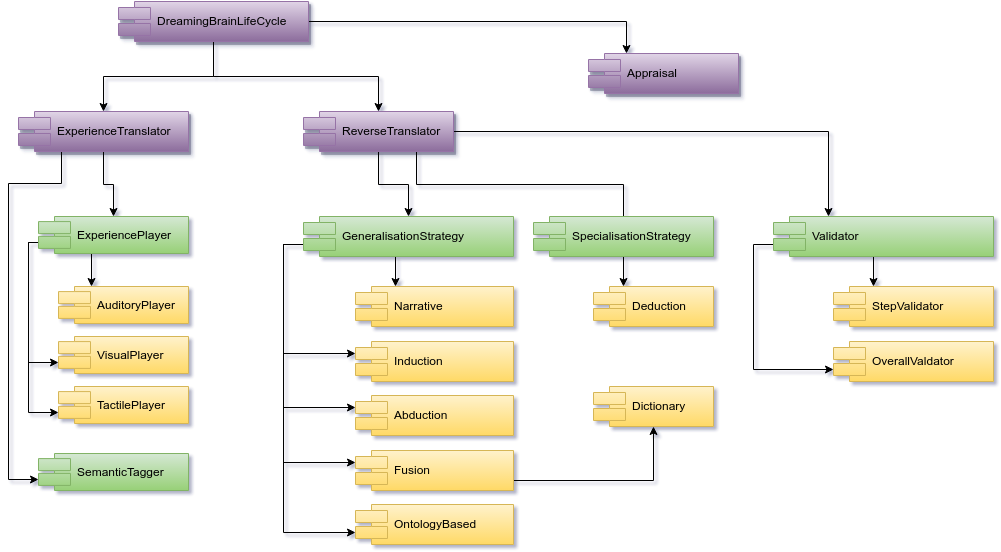
Above: doc/HLD_Component_SleepingBrainLifeCycle.png in research-team/robot-dream (draw.io), before the change. Source tidied: cells renumbered, new cells last; positions are measured from the earlier drawing's top-left corner, leaving out a move shared by most shapes.
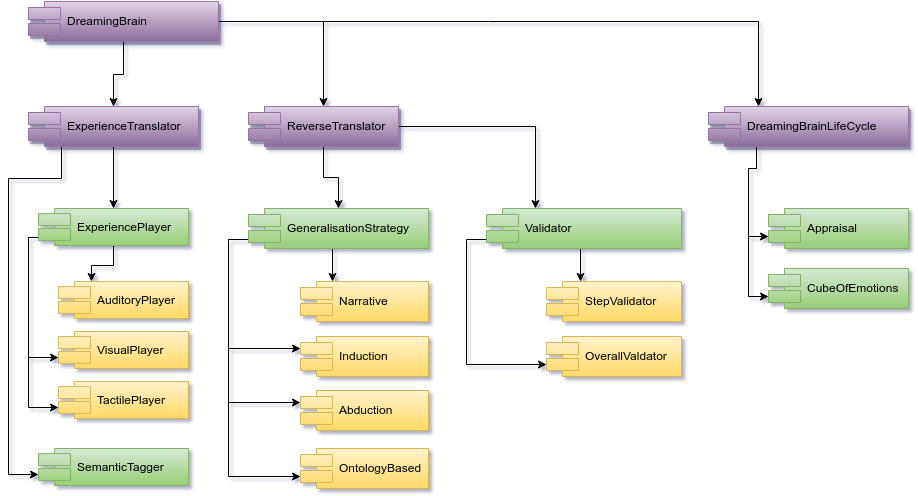
Above is the later version.

Commit message:
HLD: corrected component diagram

What changed in the source:
```diff
@@ -2,169 +2,176 @@
   <root>
     <mxCell id="0" />
     <mxCell id="1" parent="0" />
-    <mxCell id="2" style="edgeStyle=orthogonalEdgeStyle;rounded=0;html=1;exitX=0.5;exitY=1;jettySize=auto;" parent="1" edge="1" source="5" target="11">
-      <mxGeometry x="390" y="538" as="geometry" />
+    <mxCell id="2" style="edgeStyle=orthogonalEdgeStyle;rounded=0;html=1;exitX=0.5;exitY=1;jettySize=auto;" parent="1" edge="1" source="4" target="9">
+      <mxGeometry x="335" y="538" as="geometry" />
     </mxCell>
-    <mxCell id="3" style="edgeStyle=orthogonalEdgeStyle;rounded=0;html=1;exitX=0.75;exitY=1;entryX=0.5;entryY=0.425;entryPerimeter=0;jettySize=auto;" parent="1" edge="1" source="5" target="17">
-      <mxGeometry x="428" y="538" as="geometry" />
+    <mxCell id="3" style="edgeStyle=orthogonalEdgeStyle;rounded=0;html=1;entryX=0.25;entryY=0;jettySize=auto;" parent="1" edge="1" source="4" target="23">
+      <mxGeometry x="410" y="518" as="geometry" />
     </mxCell>
-    <mxCell id="4" style="edgeStyle=orthogonalEdgeStyle;rounded=0;html=1;entryX=0.25;entryY=0;jettySize=auto;" parent="1" edge="1" source="5" target="31">
-      <mxGeometry x="465" y="518" as="geometry" />
+    <mxCell id="4" value="ReverseTranslator" style="shape=component;align=left;spacingLeft=36;plain-purple;shadow=1;comic=0;" parent="1" vertex="1">
+      <mxGeometry x="240" y="110" width="150" height="40" as="geometry" />
     </mxCell>
-    <mxCell id="5" value="ReverseTranslator" style="shape=component;align=left;spacingLeft=36;plain-purple;shadow=1;comic=0;" parent="1" vertex="1">
-      <mxGeometry x="295" y="110" width="150" height="40" as="geometry" />
+    <mxCell id="5" style="edgeStyle=orthogonalEdgeStyle;rounded=0;html=1;exitX=0;exitY=0.7;entryX=0;entryY=0.3;jettySize=auto;" parent="1" edge="1" source="9" target="11">
+      <mxGeometry x="240" y="628" as="geometry">
+        <Array as="points">
+          <mxPoint x="220" y="243" />
+          <mxPoint x="220" y="352" />
+        </Array>
+      </mxGeometry>
     </mxCell>
-    <mxCell id="6" style="edgeStyle=orthogonalEdgeStyle;rounded=0;html=1;exitX=0;exitY=0.7;entryX=0;entryY=0.3;jettySize=auto;" parent="1" edge="1" source="11" target="14">
-      <mxGeometry x="295" y="631" as="geometry">
+    <mxCell id="6" style="edgeStyle=orthogonalEdgeStyle;rounded=0;html=1;exitX=0;exitY=0.7;entryX=0;entryY=0.3;jettySize=auto;" parent="1" edge="1" source="9" target="12">
+      <mxGeometry x="240" y="628" as="geometry">
         <Array as="points">
-          <mxPoint x="275" y="243" />
-          <mxPoint x="275" y="352" />
+          <mxPoint x="220" y="243" />
+          <mxPoint x="220" y="406" />
         </Array>
       </mxGeometry>
     </mxCell>
-    <mxCell id="7" style="edgeStyle=orthogonalEdgeStyle;rounded=0;html=1;exitX=0;exitY=0.7;entryX=0;entryY=0.3;jettySize=auto;" parent="1" edge="1" source="11" target="15">
-      <mxGeometry x="295" y="631" as="geometry">
+    <mxCell id="7" style="edgeStyle=orthogonalEdgeStyle;rounded=0;html=1;entryX=0;entryY=0.7;jettySize=auto;exitX=0;exitY=0.7;" parent="1" edge="1" source="9" target="20">
+      <mxGeometry x="240" y="628" as="geometry">
         <Array as="points">
-          <mxPoint x="275" y="243" />
-          <mxPoint x="275" y="406" />
+          <mxPoint x="220" y="243" />
+          <mxPoint x="220" y="480" />
         </Array>
       </mxGeometry>
     </mxCell>
-    <mxCell id="8" style="edgeStyle=orthogonalEdgeStyle;rounded=0;html=1;exitX=0;exitY=0.7;entryX=0;entryY=0.3;jettySize=auto;" parent="1" edge="1" source="11" target="23">
-      <mxGeometry x="295" y="631" as="geometry">
-        <Array as="points">
-          <mxPoint x="275" y="243" />
-          <mxPoint x="275" y="461" />
-        </Array>
-      </mxGeometry>
+    <mxCell id="8" style="edgeStyle=orthogonalEdgeStyle;rounded=0;html=1;exitX=0.5;exitY=1;entryX=0.25;entryY=0;jettySize=auto;" parent="1" edge="1" source="9" target="10">
+      <mxGeometry x="344" y="640" as="geometry" />
     </mxCell>
-    <mxCell id="9" style="edgeStyle=orthogonalEdgeStyle;rounded=0;html=1;entryX=0;entryY=0.7;jettySize=auto;exitX=0;exitY=0.7;" parent="1" edge="1" source="11" target="28">
-      <mxGeometry x="295" y="631" as="geometry">
-        <Array as="points">
-          <mxPoint x="275" y="243" />
-          <mxPoint x="275" y="531" />
-        </Array>
-      </mxGeometry>
+    <mxCell id="9" value="GeneralisationStrategy" style="shape=component;align=left;spacingLeft=36;plain-green;" parent="1" vertex="1">
+      <mxGeometry x="240" y="212" width="180" height="40" as="geometry" />
     </mxCell>
-    <mxCell id="10" style="edgeStyle=orthogonalEdgeStyle;rounded=0;html=1;exitX=0.5;exitY=1;entryX=0.25;entryY=0;jettySize=auto;" parent="1" edge="1" source="11" target="12">
-      <mxGeometry x="407" y="643" as="geometry" />
+    <mxCell id="10" value="Narrative" style="shape=component;align=left;spacingLeft=36;plain-yellow;" parent="1" vertex="1">
+      <mxGeometry x="292" y="285" width="128" height="40" as="geometry" />
     </mxCell>
-    <mxCell id="11" value="GeneralisationStrategy" style="shape=component;align=left;spacingLeft=36;plain-green;" parent="1" vertex="1">
-      <mxGeometry x="295" y="215" width="210" height="40" as="geometry" />
+    <mxCell id="11" value="Induction" style="shape=component;align=left;spacingLeft=36;plain-yellow;" parent="1" vertex="1">
+      <mxGeometry x="292" y="340" width="128" height="40" as="geometry" />
     </mxCell>
-    <mxCell id="12" value="Narrative" style="shape=component;align=left;spacingLeft=36;plain-yellow;" parent="1" vertex="1">
-      <mxGeometry x="347" y="285" width="158" height="40" as="geometry" />
+    <mxCell id="12" value="Abduction" style="shape=component;align=left;spacingLeft=36;plain-yellow;" parent="1" vertex="1">
+      <mxGeometry x="292" y="394" width="128" height="40" as="geometry" />
     </mxCell>
-    <mxCell id="13" value="Deduction" style="shape=component;align=left;spacingLeft=36;plain-yellow;" parent="1" vertex="1">
-      <mxGeometry x="585" y="285" width="120" height="40" as="geometry" />
+    <mxCell id="13" style="edgeStyle=orthogonalEdgeStyle;rounded=0;html=1;exitX=0.5;exitY=1;entryX=0.25;entryY=0;jettySize=auto;" parent="1" edge="1" source="16" target="17">
+      <mxGeometry x="103" y="637" as="geometry" />
     </mxCell>
-    <mxCell id="14" value="Induction" style="shape=component;align=left;spacingLeft=36;plain-yellow;" parent="1" vertex="1">
-      <mxGeometry x="347" y="340" width="158" height="40" as="geometry" />
+    <mxCell id="14" style="edgeStyle=orthogonalEdgeStyle;rounded=0;html=1;exitX=0;exitY=0.7;entryX=0;entryY=0.7;jettySize=auto;" parent="1" edge="1" source="16" target="18">
+      <mxGeometry x="40" y="626" as="geometry">
+        <Array as="points">
+          <mxPoint x="20" y="241" />
+          <mxPoint x="20" y="361" />
+        </Array>
+      </mxGeometry>
     </mxCell>
-    <mxCell id="15" value="Abduction" style="shape=component;align=left;spacingLeft=36;plain-yellow;" parent="1" vertex="1">
-      <mxGeometry x="347" y="394" width="158" height="40" as="geometry" />
+    <mxCell id="15" style="edgeStyle=orthogonalEdgeStyle;rounded=0;html=1;exitX=0;exitY=0.7;entryX=0;entryY=0.7;jettySize=auto;" parent="1" edge="1" source="16" target="19">
+      <mxGeometry x="40" y="626" as="geometry">
+        <Array as="points">
+          <mxPoint x="20" y="241" />
+          <mxPoint x="20" y="411" />
+        </Array>
+      </mxGeometry>
     </mxCell>
-    <mxCell id="16" style="edgeStyle=orthogonalEdgeStyle;rounded=0;html=1;exitX=0.5;exitY=1;entryX=0.25;entryY=0;jettySize=auto;" parent="1" edge="1" source="17" target="13">
-      <mxGeometry x="635" y="643" as="geometry" />
+    <mxCell id="16" value="ExperiencePlayer" style="shape=component;align=left;spacingLeft=36;plain-green;" parent="1" vertex="1">
+      <mxGeometry x="30" y="212" width="150" height="37" as="geometry" />
     </mxCell>
-    <mxCell id="17" value="SpecialisationStrategy" style="shape=component;align=left;spacingLeft=36;plain-green;" parent="1" vertex="1">
-      <mxGeometry x="525" y="215" width="180" height="40" as="geometry" />
+    <mxCell id="17" value="AuditoryPlayer" style="shape=component;align=left;spacingLeft=36;plain-yellow;" parent="1" vertex="1">
+      <mxGeometry x="50" y="285" width="130" height="37" as="geometry" />
     </mxCell>
-    <mxCell id="18" style="edgeStyle=orthogonalEdgeStyle;rounded=0;html=1;exitX=0.5;exitY=1;entryX=0.25;entryY=0;jettySize=auto;" parent="1" edge="1" source="21" target="25">
-      <mxGeometry x="103" y="640" as="geometry" />
+    <mxCell id="18" value="VisualPlayer" style="shape=component;align=left;spacingLeft=36;plain-yellow;" parent="1" vertex="1">
+      <mxGeometry x="50" y="335" width="130" height="37" as="geometry" />
     </mxCell>
-    <mxCell id="19" style="edgeStyle=orthogonalEdgeStyle;rounded=0;html=1;exitX=0;exitY=0.7;entryX=0;entryY=0.7;jettySize=auto;" parent="1" edge="1" source="21" target="26">
-      <mxGeometry x="40" y="629" as="geometry">
-        <Array as="points">
-          <mxPoint x="20" y="241" />
-          <mxPoint x="20" y="361" />
-        </Array>
-      </mxGeometry>
+    <mxCell id="19" value="TactilePlayer" style="shape=component;align=left;spacingLeft=36;plain-yellow;" parent="1" vertex="1">
+      <mxGeometry x="50" y="385" width="130" height="37" as="geometry" />
     </mxCell>
-    <mxCell id="20" style="edgeStyle=orthogonalEdgeStyle;rounded=0;html=1;exitX=0;exitY=0.7;entryX=0;entryY=0.7;jettySize=auto;" parent="1" edge="1" source="21" target="27">
-      <mxGeometry x="40" y="629" as="geometry">
-        <Array as="points">
-          <mxPoint x="20" y="241" />
-          <mxPoint x="20" y="411" />
-        </Array>
-      </mxGeometry>
+    <mxCell id="20" value="OntologyBased " style="shape=component;align=left;spacingLeft=36;plain-yellow;" parent="1" vertex="1">
+      <mxGeometry x="292" y="452" width="128" height="40" as="geometry" />
     </mxCell>
-    <mxCell id="21" value="ExperiencePlayer" style="shape=component;align=left;spacingLeft=36;plain-green;" parent="1" vertex="1">
-      <mxGeometry x="30" y="215" width="150" height="37" as="geometry" />
+    <mxCell id="21" style="edgeStyle=orthogonalEdgeStyle;rounded=0;html=1;exitX=0;exitY=0.7;entryX=0;entryY=0.7;jettySize=auto;" parent="1" edge="1" source="23" target="25">
+      <mxGeometry x="478" y="628" as="geometry">
+        <Array as="points">
+          <mxPoint x="478" y="243" />
+          <mxPoint x="458" y="243" />
+          <mxPoint x="458" y="368" />
+        </Array>
+      </mxGeometry>
     </mxCell>
-    <mxCell id="22" style="edgeStyle=orthogonalEdgeStyle;rounded=0;html=1;exitX=1;exitY=0.75;entryX=0.5;entryY=1;endArrow=classic;endFill=1;jettySize=auto;" parent="1" edge="1" source="23" target="24">
-      <mxGeometry x="525" y="813" as="geometry" />
+    <mxCell id="22" style="edgeStyle=orthogonalEdgeStyle;rounded=0;html=1;exitX=0.5;exitY=1;entryX=0.25;entryY=0;jettySize=auto;" parent="1" edge="1" source="23" target="24">
+      <mxGeometry x="592" y="640" as="geometry" />
     </mxCell>
-    <mxCell id="23" value="Fusion" style="shape=component;align=left;spacingLeft=36;plain-yellow;" parent="1" vertex="1">
-      <mxGeometry x="347" y="449" width="158" height="40" as="geometry" />
+    <mxCell id="23" value="Validator" style="shape=component;align=left;spacingLeft=36;plain-green;" parent="1" vertex="1">
+      <mxGeometry x="478" y="212" width="195" height="40" as="geometry" />
     </mxCell>
-    <mxCell id="24" value="Dictionary" style="shape=component;align=left;spacingLeft=36;plain-yellow;" parent="1" vertex="1">
-      <mxGeometry x="585" y="385" width="120" height="40" as="geometry" />
+    <mxCell id="24" value="StepValidator" style="shape=component;align=left;spacingLeft=36;plain-yellow;" parent="1" vertex="1">
+      <mxGeometry x="538" y="285" width="135" height="40" as="geometry" />
     </mxCell>
-    <mxCell id="25" value="AuditoryPlayer" style="shape=component;align=left;spacingLeft=36;plain-yellow;" parent="1" vertex="1">
-      <mxGeometry x="50" y="285" width="130" height="37" as="geometry" />
+    <mxCell id="25" value="OverallValdator" style="shape=component;align=left;spacingLeft=36;plain-yellow;" parent="1" vertex="1">
+      <mxGeometry x="538" y="340" width="135" height="40" as="geometry" />
     </mxCell>
-    <mxCell id="26" value="VisualPlayer" style="shape=component;align=left;spacingLeft=36;plain-yellow;" parent="1" vertex="1">
-      <mxGeometry x="50" y="335" width="130" height="37" as="geometry" />
+    <mxCell id="26" style="edgeStyle=orthogonalEdgeStyle;rounded=0;html=1;exitX=0.5;exitY=1;entryX=0.5;entryY=0;endArrow=classic;endFill=1;jettySize=auto;" parent="1" edge="1" source="28" target="16">
+      <mxGeometry x="125" y="538" as="geometry" />
     </mxCell>
-    <mxCell id="27" value="TactilePlayer" style="shape=component;align=left;spacingLeft=36;plain-yellow;" parent="1" vertex="1">
-      <mxGeometry x="50" y="385" width="130" height="37" as="geometry" />
+    <mxCell id="27" style="edgeStyle=orthogonalEdgeStyle;rounded=0;html=1;exitX=0.25;exitY=1;entryX=0;entryY=0.7;endArrow=classic;endFill=1;jettySize=auto;" parent="1" edge="1" source="28" target="33">
+      <mxGeometry x="20" y="538" as="geometry">
+        <Array as="points">
+          <mxPoint x="53" y="182" />
+          <mxPoint y="182" />
+          <mxPoint y="478" />
+        </Array>
+      </mxGeometry>
     </mxCell>
-    <mxCell id="28" value="OntologyBased " style="shape=component;align=left;spacingLeft=36;plain-yellow;" parent="1" vertex="1">
-      <mxGeometry x="347" y="503" width="158" height="40" as="geometry" />
+    <mxCell id="28" value="ExperienceTranslator" style="shape=component;align=left;spacingLeft=36;plain-purple;shadow=1;comic=0;" parent="1" vertex="1">
+      <mxGeometry x="20" y="110" width="170" height="40" as="geometry" />
     </mxCell>
-    <mxCell id="29" style="edgeStyle=orthogonalEdgeStyle;rounded=0;html=1;exitX=0;exitY=0.7;entryX=0;entryY=0.7;jettySize=auto;" parent="1" edge="1" source="31" target="33">
-      <mxGeometry x="765" y="631" as="geometry">
-        <Array as="points">
-          <mxPoint x="745" y="243" />
-          <mxPoint x="745" y="368" />
-        </Array>
-      </mxGeometry>
+    <mxCell id="29" style="edgeStyle=orthogonalEdgeStyle;rounded=0;html=1;jettySize=auto;" parent="1" edge="1" source="32" target="4">
+      <mxGeometry x="230" y="413" as="geometry" />
     </mxCell>
-    <mxCell id="30" style="edgeStyle=orthogonalEdgeStyle;rounded=0;html=1;exitX=0.5;exitY=1;entryX=0.25;entryY=0;jettySize=auto;" parent="1" edge="1" source="31" target="32">
-      <mxGeometry x="885" y="643" as="geometry" />
+    <mxCell id="30" style="edgeStyle=orthogonalEdgeStyle;rounded=0;html=1;jettySize=auto;" parent="1" edge="1" source="32" target="28">
+      <mxGeometry x="125" y="433" as="geometry" />
     </mxCell>
-    <mxCell id="31" value="Validator" style="shape=component;align=left;spacingLeft=36;plain-green;" parent="1" vertex="1">
-      <mxGeometry x="765" y="215" width="220" height="40" as="geometry" />
+    <mxCell id="31" style="edgeStyle=orthogonalEdgeStyle;rounded=0;html=1;exitX=1;exitY=0.5;entryX=0.25;entryY=0;endArrow=classic;endFill=1;jettySize=auto;fontSize=14;" parent="1" edge="1" source="32" target="36">
+      <mxGeometry x="230" y="413" as="geometry">
+        <Array as="points">
+          <mxPoint x="750" y="25" />
+        </Array>
+      </mxGeometry>
     </mxCell>
-    <mxCell id="32" value="StepValidator" style="shape=component;align=left;spacingLeft=36;plain-yellow;" parent="1" vertex="1">
-      <mxGeometry x="825" y="285" width="160" height="40" as="geometry" />
+    <mxCell id="32" value="DreamingBrain" style="shape=component;align=left;spacingLeft=36;plain-purple;shadow=1;comic=0;" parent="1" vertex="1">
+      <mxGeometry x="20" y="5" width="190" height="40" as="geometry" />
     </mxCell>
-    <mxCell id="33" value="OverallValdator" style="shape=component;align=left;spacingLeft=36;plain-yellow;" parent="1" vertex="1">
-      <mxGeometry x="825" y="340" width="160" height="40" as="geometry" />
+    <mxCell id="33" value="SemanticTagger" style="shape=component;align=left;spacingLeft=36;plain-green;" parent="1" vertex="1">
+      <mxGeometry x="30" y="452" width="150" height="37" as="geometry" />
     </mxCell>
-    <mxCell id="34" style="edgeStyle=orthogonalEdgeStyle;rounded=0;html=1;exitX=0.5;exitY=1;entryX=0.5;entryY=0;endArrow=classic;endFill=1;jettySize=auto;" parent="1" edge="1" source="36" target="21">
-      <mxGeometry x="115" y="538" as="geometry" />
+    <mxCell id="34" style="edgeStyle=orthogonalEdgeStyle;rounded=0;html=1;exitX=0.25;exitY=1;entryX=0;entryY=0.7;endArrow=classic;endFill=1;jettySize=auto;fontSize=14;" parent="1" edge="1" source="36" target="38">
+      <mxGeometry x="760" y="538" as="geometry">
+        <Array as="points">
+          <mxPoint x="748" y="150" />
+          <mxPoint x="748" y="172" />
+          <mxPoint x="740" y="172" />
+          <mxPoint x="740" y="240" />
+        </Array>
+      </mxGeometry>
     </mxCell>
-    <mxCell id="35" style="edgeStyle=orthogonalEdgeStyle;rounded=0;html=1;exitX=0.25;exitY=1;entryX=0;entryY=0.7;endArrow=classic;endFill=1;jettySize=auto;" parent="1" edge="1" source="36" target="41">
-      <mxGeometry x="20" y="538" as="geometry">
+    <mxCell id="35" style="edgeStyle=orthogonalEdgeStyle;rounded=0;html=1;exitX=0.25;exitY=1;entryX=0;entryY=0.7;endArrow=classic;endFill=1;jettySize=auto;fontSize=14;" parent="1" edge="1" source="36" target="39">
+      <mxGeometry x="760" y="538" as="geometry">
         <Array as="points">
-          <mxPoint x="53" y="182" />
-          <mxPoint y="182" />
-          <mxPoint y="478" />
+          <mxPoint x="748" y="172" />
+          <mxPoint x="740" y="172" />
+          <mxPoint x="740" y="300" />
         </Array>
       </mxGeometry>
     </mxCell>
-    <mxCell id="36" value="ExperienceTranslator" style="shape=component;align=left;spacingLeft=36;plain-purple;shadow=1;comic=0;" parent="1" vertex="1">
-      <mxGeometry x="10" y="110" width="170" height="40" as="geometry" />
+    <mxCell id="36" value="DreamingBrainLifeCycle" style="shape=component;align=left;spacingLeft=36;plain-purple;shadow=1;comic=0;" parent="1" vertex="1">
+      <mxGeometry x="700" y="110" width="200" height="40" as="geometry" />
     </mxCell>
-    <mxCell id="37" style="edgeStyle=orthogonalEdgeStyle;rounded=0;html=1;jettySize=auto;" parent="1" edge="1" source="40" target="5">
-      <mxGeometry x="225" y="428" as="geometry" />
+    <mxCell id="37" style="edgeStyle=orthogonalEdgeStyle;rounded=0;html=1;exitX=0.5;exitY=1;endArrow=classic;endFill=1;jettySize=auto;orthogonalLoop=1;fontSize=14;" parent="1" edge="1">
+      <mxGeometry x="835" y="608" as="geometry">
+        <mxPoint x="815" y="220" as="sourcePoint" />
+        <mxPoint x="815" y="220" as="targetPoint" />
+      </mxGeometry>
     </mxCell>
-    <mxCell id="38" style="edgeStyle=orthogonalEdgeStyle;rounded=0;html=1;jettySize=auto;" parent="1" edge="1" source="40" target="36">
-      <mxGeometry x="115" y="428" as="geometry" />
+    <mxCell id="38" value="Appraisal" style="shape=component;align=left;spacingLeft=36;plain-green;" parent="1" vertex="1">
+      <mxGeometry x="760" y="212" width="140" height="40" as="geometry" />
     </mxCell>
-    <mxCell id="39" style="edgeStyle=orthogonalEdgeStyle;rounded=0;html=1;exitX=1;exitY=0.5;entryX=0.25;entryY=0;endArrow=classic;endFill=1;jettySize=auto;fontSize=14;" parent="1" edge="1" source="40" target="42">
-      <mxGeometry x="320" y="408" as="geometry" />
+    <mxCell id="39" value="CubeOfEmotions" style="shape=component;align=left;spacingLeft=36;plain-green;" parent="1" vertex="1">
+      <mxGeometry x="760" y="272" width="140" height="40" as="geometry" />
     </mxCell>
-    <mxCell id="40" value="DreamingBrainLifeCycle" style="shape=component;align=left;spacingLeft=36;plain-purple;shadow=1;comic=0;" parent="1" vertex="1">
-      <mxGeometry x="110" width="190" height="40" as="geometry" />
-    </mxCell>
-    <mxCell id="41" value="SemanticTagger" style="shape=component;align=left;spacingLeft=36;plain-green;" parent="1" vertex="1">
-      <mxGeometry x="30" y="452" width="150" height="37" as="geometry" />
-    </mxCell>
-    <mxCell id="42" value="Appraisal" style="shape=component;align=left;spacingLeft=36;plain-purple;shadow=1;comic=0;" parent="1" vertex="1">
-      <mxGeometry x="580" y="52" width="150" height="40" as="geometry" />
-    </mxCell>
   </root>
 </mxGraphModel>
```
